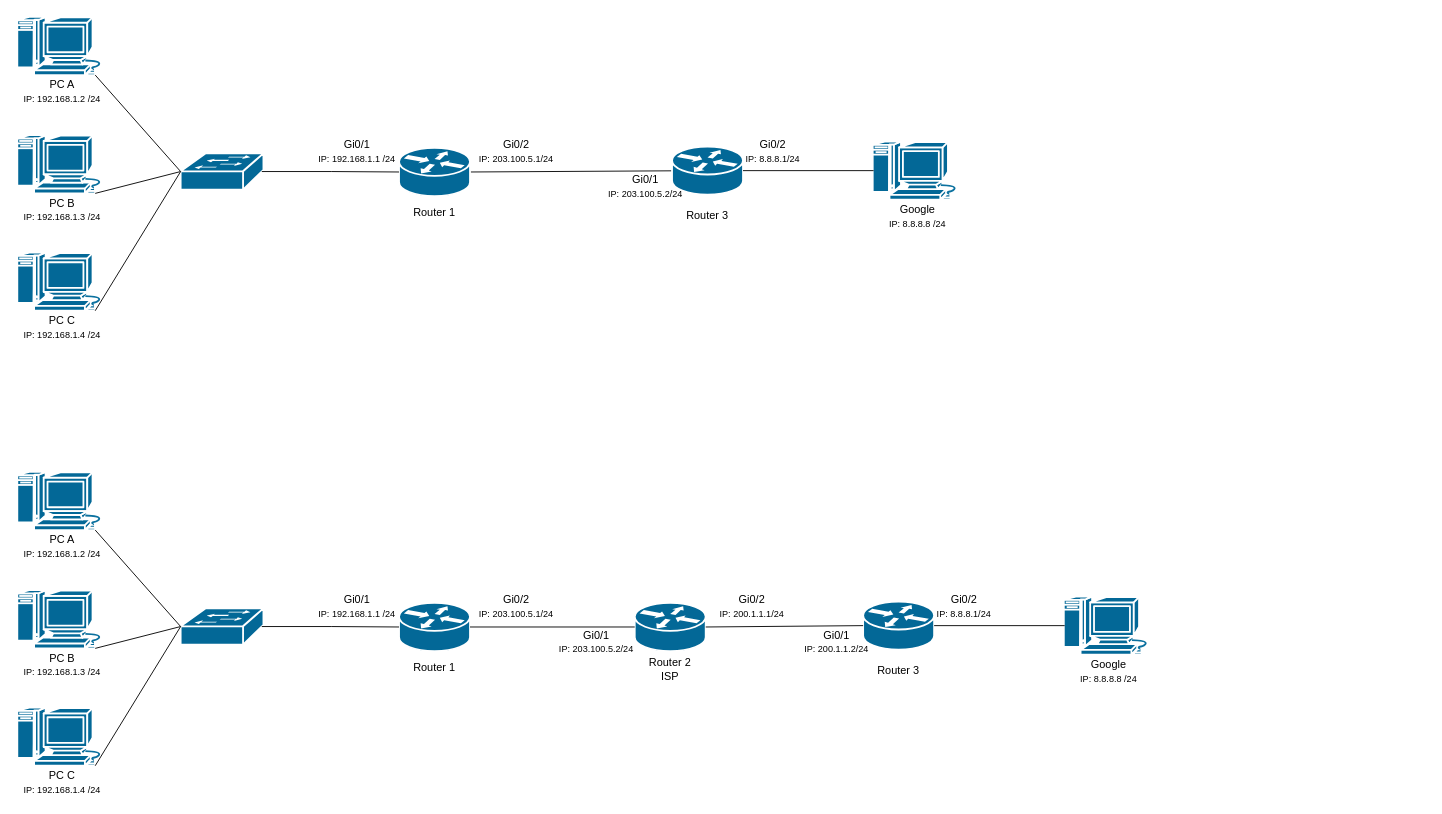
The draw.io diagram Ubung NAT.drawio in PLAD26/-MAC-Tabellen-und-Switching-, before the edit. Source tidied: cells renumbered, new cells numbered last; positions are measured from the earlier drawing's top-left corner, leaving out a move shared by most shapes. Both pictures are drawn from the tidied source at 91%, with x=0, y=0 at pixel (16, 16).
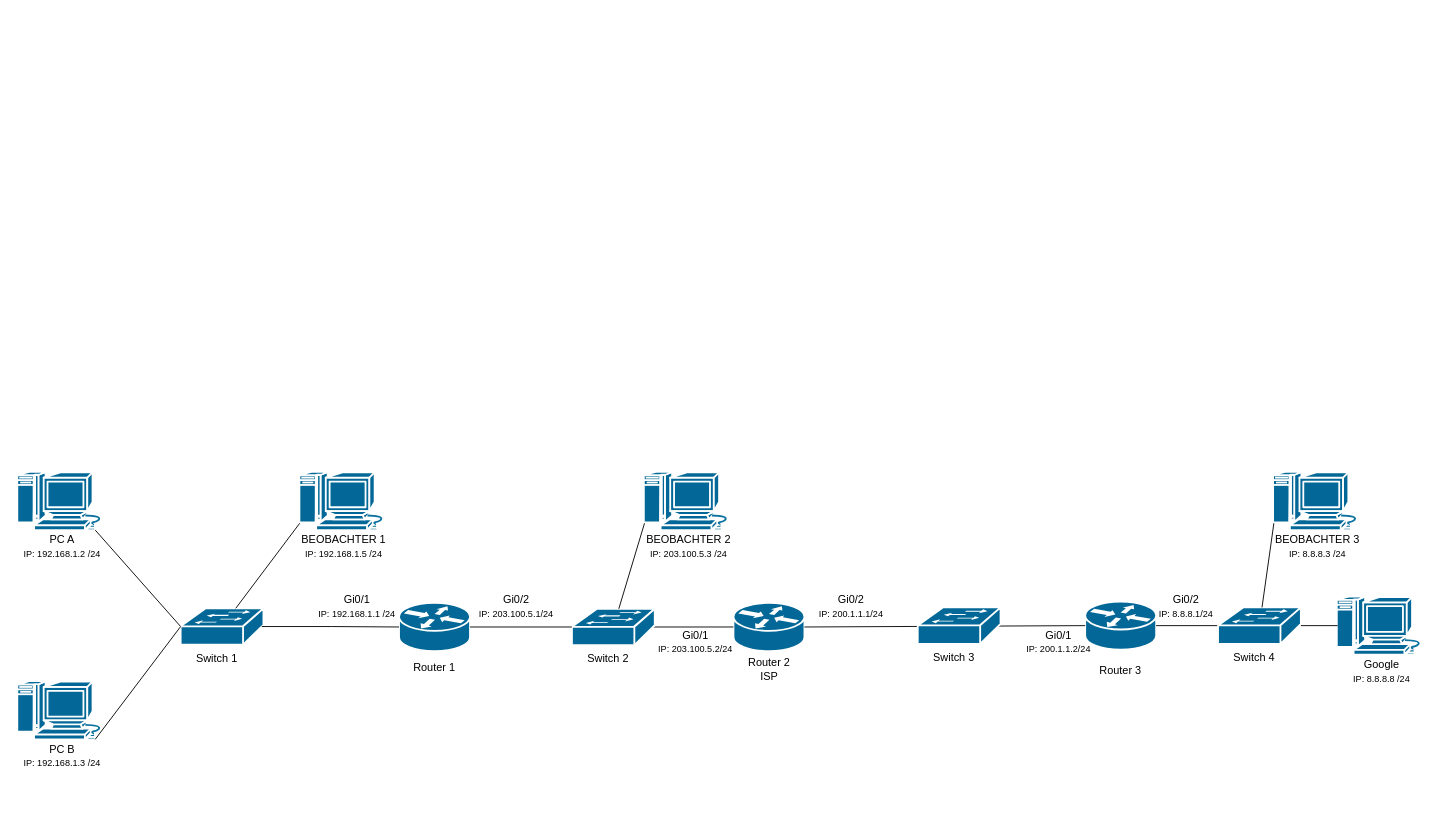
The same diagram, later.

The change refers to these unchanged cells:
```xml
<mxCell id="5" style="strokeColor=#ffffff;sketch=0;html=1;dashed=0;fillColor=#036897;strokeWidth=2;verticalLabelPosition=bottom;verticalAlign=top;align=center;outlineConnect=0;shape=mxgraph.cisco.switches.workgroup_switch;" parent="1" vertex="1">
  <mxGeometry x="180" y="650" width="91" height="40" as="geometry" />
</mxCell>
<mxCell id="6" style="strokeColor=#ffffff;sketch=0;html=1;dashed=0;fillColor=#036897;strokeWidth=2;verticalLabelPosition=bottom;verticalAlign=top;align=center;outlineConnect=0;shape=mxgraph.cisco.routers.router;" parent="1" vertex="1">
  <mxGeometry x="420" y="644" width="78" height="53" as="geometry" />
</mxCell>
```

Change to the diagram source:
```diff
@@
     <mxCell id="3" style="sketch=0;html=1;dashed=0;fillColor=#036897;strokeColor=#ffffff;strokeWidth=2;verticalLabelPosition=bottom;verticalAlign=top;align=center;outlineConnect=0;shape=mxgraph.cisco.computers_and_peripherals.macintosh;" parent="1" vertex="1">
-      <mxGeometry y="630" width="99" height="64" as="geometry" />
+      <mxGeometry y="730" width="99" height="64" as="geometry" />
     </mxCell>
-    <mxCell id="4" style="sketch=0;html=1;dashed=0;fillColor=#036897;strokeColor=#ffffff;strokeWidth=2;verticalLabelPosition=bottom;verticalAlign=top;align=center;outlineConnect=0;shape=mxgraph.cisco.computers_and_peripherals.macintosh;" parent="1" vertex="1">
-      <mxGeometry y="759" width="99" height="64" as="geometry" />
-    </mxCell>
@@
     <mxCell id="7" style="strokeColor=#ffffff;sketch=0;html=1;dashed=0;fillColor=#036897;strokeWidth=2;verticalLabelPosition=bottom;verticalAlign=top;align=center;outlineConnect=0;shape=mxgraph.cisco.routers.router;" parent="1" vertex="1">
-      <mxGeometry x="679" y="644" width="78" height="53" as="geometry" />
+      <mxGeometry x="787.5" y="644" width="78" height="53" as="geometry" />
     </mxCell>
     <mxCell id="8" style="strokeColor=#ffffff;sketch=0;html=1;dashed=0;fillColor=#036897;strokeWidth=2;verticalLabelPosition=bottom;verticalAlign=top;align=center;outlineConnect=0;shape=mxgraph.cisco.routers.router;" parent="1" vertex="1">
-      <mxGeometry x="930" y="642.5" width="78" height="53" as="geometry" />
+      <mxGeometry x="1174" y="642.5" width="78" height="53" as="geometry" />
     </mxCell>
     <mxCell id="9" style="sketch=0;html=1;dashed=0;fillColor=#036897;strokeColor=#ffffff;strokeWidth=2;verticalLabelPosition=bottom;verticalAlign=top;align=center;outlineConnect=0;shape=mxgraph.cisco.computers_and_peripherals.macintosh;" parent="1" vertex="1">
-      <mxGeometry x="1150" y="637" width="99" height="64" as="geometry" />
+      <mxGeometry x="1450" y="637" width="99" height="64" as="geometry" />
     </mxCell>
@@
-    <mxCell id="12" style="rounded=0;jettySize=auto;html=1;exitX=0.87;exitY=1;exitDx=0;exitDy=0;exitPerimeter=0;entryX=0;entryY=0.5;entryDx=0;entryDy=0;entryPerimeter=0;endArrow=none;endFill=0;" parent="1" edge="1" source="4" target="5">
-      <mxGeometry relative="1" as="geometry" />
-    </mxCell>
@@
-    <mxCell id="14" style="edgeStyle=orthogonalEdgeStyle;rounded=0;jettySize=auto;html=1;exitX=1;exitY=0.5;exitDx=0;exitDy=0;exitPerimeter=0;entryX=0;entryY=0.5;entryDx=0;entryDy=0;entryPerimeter=0;endArrow=none;endFill=0;" parent="1" edge="1" source="6" target="7">
-      <mxGeometry relative="1" as="geometry" />
-    </mxCell>
@@
-    <mxCell id="16" style="rounded=0;jettySize=auto;html=1;exitX=1;exitY=0.5;exitDx=0;exitDy=0;exitPerimeter=0;entryX=0.015;entryY=0.5;entryDx=0;entryDy=0;entryPerimeter=0;endArrow=none;endFill=0;" parent="1" edge="1" source="8" target="9">
+    <mxCell id="16" style="rounded=0;jettySize=auto;html=1;exitX=1;exitY=0.5;exitDx=0;exitDy=0;exitPerimeter=0;entryX=0.015;entryY=0.5;entryDx=0;entryDy=0;entryPerimeter=0;endArrow=none;endFill=0;" parent="1" edge="1" source="58" target="9">
       <mxGeometry relative="1" as="geometry" />
     </mxCell>
@@
     <mxCell id="18" value="PC B&lt;div&gt;&lt;font style=&quot;font-size: 10px;&quot;&gt;IP: 192.168.1.3 /24&lt;/font&gt;&lt;/div&gt;" style="text;html=1;whiteSpace=wrap;strokeColor=none;fillColor=none;align=center;verticalAlign=middle;rounded=0;" parent="1" vertex="1">
-      <mxGeometry x="5.6" y="694" width="87.8" height="36" as="geometry" />
+      <mxGeometry x="5.6" y="794" width="87.8" height="36" as="geometry" />
     </mxCell>
-    <mxCell id="19" value="PC C&lt;div&gt;&lt;font style=&quot;font-size: 10px;&quot;&gt;IP: 192.168.1.4 /24&lt;/font&gt;&lt;/div&gt;" style="text;html=1;whiteSpace=wrap;strokeColor=none;fillColor=none;align=center;verticalAlign=middle;rounded=0;" parent="1" vertex="1">
-      <mxGeometry x="5.6" y="823" width="87.8" height="36" as="geometry" />
-    </mxCell>
@@
     <mxCell id="21" value="Google&lt;br&gt;&lt;div&gt;&lt;font style=&quot;font-size: 10px;&quot;&gt;IP: 8.8.8.8 /24&lt;/font&gt;&lt;/div&gt;" style="text;html=1;whiteSpace=wrap;strokeColor=none;fillColor=none;align=center;verticalAlign=middle;rounded=0;" parent="1" vertex="1">
-      <mxGeometry x="1155.6" y="701" width="87.8" height="36" as="geometry" />
+      <mxGeometry x="1455.6" y="701" width="87.8" height="36" as="geometry" />
     </mxCell>
@@
     <mxCell id="23" value="Router 2&lt;div&gt;ISP&lt;/div&gt;" style="text;html=1;whiteSpace=wrap;strokeColor=none;fillColor=none;align=center;verticalAlign=middle;rounded=0;" parent="1" vertex="1">
-      <mxGeometry x="688" y="702" width="60" height="30" as="geometry" />
+      <mxGeometry x="796.5" y="702" width="60" height="30" as="geometry" />
     </mxCell>
     <mxCell id="24" value="Router 3" style="text;html=1;whiteSpace=wrap;strokeColor=none;fillColor=none;align=center;verticalAlign=middle;rounded=0;" parent="1" vertex="1">
-      <mxGeometry x="939" y="704" width="60" height="30" as="geometry" />
+      <mxGeometry x="1183" y="704" width="60" height="30" as="geometry" />
     </mxCell>
@@
     <mxCell id="26" value="Gi0/1&lt;br&gt;&lt;div&gt;&lt;font style=&quot;font-size: 10px;&quot;&gt;IP: 203.100.5.2/24&lt;/font&gt;&lt;/div&gt;" style="text;html=1;whiteSpace=wrap;strokeColor=none;fillColor=none;align=center;verticalAlign=middle;rounded=0;" parent="1" vertex="1">
-      <mxGeometry x="586" y="669" width="102" height="36" as="geometry" />
+      <mxGeometry x="694.5" y="669" width="102" height="36" as="geometry" />
     </mxCell>
     <mxCell id="27" value="Gi0/2&lt;br&gt;&lt;div&gt;&lt;font style=&quot;font-size: 10px;&quot;&gt;IP: 200.1.1.1/24&lt;/font&gt;&lt;/div&gt;" style="text;html=1;whiteSpace=wrap;strokeColor=none;fillColor=none;align=center;verticalAlign=middle;rounded=0;" parent="1" vertex="1">
-      <mxGeometry x="757" y="630" width="102" height="36" as="geometry" />
+      <mxGeometry x="865.5" y="630" width="102" height="36" as="geometry" />
     </mxCell>
     <mxCell id="28" value="Gi0/1&lt;br&gt;&lt;div&gt;&lt;font style=&quot;font-size: 10px;&quot;&gt;IP: 200.1.1.2/24&lt;/font&gt;&lt;/div&gt;" style="text;html=1;whiteSpace=wrap;strokeColor=none;fillColor=none;align=center;verticalAlign=middle;rounded=0;" parent="1" vertex="1">
-      <mxGeometry x="850" y="669" width="102" height="36" as="geometry" />
+      <mxGeometry x="1094" y="669" width="102" height="36" as="geometry" />
     </mxCell>
     <mxCell id="29" value="Gi0/2&lt;br&gt;&lt;div&gt;&lt;font style=&quot;font-size: 10px;&quot;&gt;IP: 8.8.8.1/24&lt;/font&gt;&lt;/div&gt;" style="text;html=1;whiteSpace=wrap;strokeColor=none;fillColor=none;align=center;verticalAlign=middle;rounded=0;" parent="1" vertex="1">
-      <mxGeometry x="990" y="630" width="102" height="36" as="geometry" />
+      <mxGeometry x="1234" y="630" width="102" height="36" as="geometry" />
     </mxCell>
-    <mxCell id="30" style="sketch=0;html=1;dashed=0;fillColor=#036897;strokeColor=#ffffff;strokeWidth=2;verticalLabelPosition=bottom;verticalAlign=top;align=center;outlineConnect=0;shape=mxgraph.cisco.computers_and_peripherals.macintosh;" parent="1" vertex="1">
-      <mxGeometry width="99" height="64" as="geometry" />
-    </mxCell>
-    <mxCell id="31" style="sketch=0;html=1;dashed=0;fillColor=#036897;strokeColor=#ffffff;strokeWidth=2;verticalLabelPosition=bottom;verticalAlign=top;align=center;outlineConnect=0;shape=mxgraph.cisco.computers_and_peripherals.macintosh;" parent="1" vertex="1">
-      <mxGeometry y="130" width="99" height="64" as="geometry" />
-    </mxCell>
-    <mxCell id="32" style="sketch=0;html=1;dashed=0;fillColor=#036897;strokeColor=#ffffff;strokeWidth=2;verticalLabelPosition=bottom;verticalAlign=top;align=center;outlineConnect=0;shape=mxgraph.cisco.computers_and_peripherals.macintosh;" parent="1" vertex="1">
-      <mxGeometry y="259" width="99" height="64" as="geometry" />
-    </mxCell>
-    <mxCell id="33" style="strokeColor=#ffffff;sketch=0;html=1;dashed=0;fillColor=#036897;strokeWidth=2;verticalLabelPosition=bottom;verticalAlign=top;align=center;outlineConnect=0;shape=mxgraph.cisco.switches.workgroup_switch;" parent="1" vertex="1">
-      <mxGeometry x="180" y="150" width="91" height="40" as="geometry" />
-    </mxCell>
-    <mxCell id="34" style="rounded=0;jettySize=auto;html=1;exitX=1;exitY=0.5;exitDx=0;exitDy=0;exitPerimeter=0;endArrow=none;endFill=0;" parent="1" edge="1" source="35" target="36">
-      <mxGeometry relative="1" as="geometry" />
-    </mxCell>
-    <mxCell id="35" style="strokeColor=#ffffff;sketch=0;html=1;dashed=0;fillColor=#036897;strokeWidth=2;verticalLabelPosition=bottom;verticalAlign=top;align=center;outlineConnect=0;shape=mxgraph.cisco.routers.router;" parent="1" vertex="1">
-      <mxGeometry x="420" y="144" width="78" height="53" as="geometry" />
-    </mxCell>
-    <mxCell id="36" style="strokeColor=#ffffff;sketch=0;html=1;dashed=0;fillColor=#036897;strokeWidth=2;verticalLabelPosition=bottom;verticalAlign=top;align=center;outlineConnect=0;shape=mxgraph.cisco.routers.router;" parent="1" vertex="1">
-      <mxGeometry x="720" y="142.5" width="78" height="53" as="geometry" />
-    </mxCell>
-    <mxCell id="37" style="sketch=0;html=1;dashed=0;fillColor=#036897;strokeColor=#ffffff;strokeWidth=2;verticalLabelPosition=bottom;verticalAlign=top;align=center;outlineConnect=0;shape=mxgraph.cisco.computers_and_peripherals.macintosh;" parent="1" vertex="1">
-      <mxGeometry x="940" y="137" width="99" height="64" as="geometry" />
-    </mxCell>
-    <mxCell id="38" style="rounded=0;jettySize=auto;html=1;exitX=0.87;exitY=1;exitDx=0;exitDy=0;exitPerimeter=0;entryX=0;entryY=0.5;entryDx=0;entryDy=0;entryPerimeter=0;endArrow=none;endFill=0;" parent="1" edge="1" source="30" target="33">
-      <mxGeometry relative="1" as="geometry" />
-    </mxCell>
-    <mxCell id="39" style="rounded=0;jettySize=auto;html=1;exitX=0.87;exitY=1;exitDx=0;exitDy=0;exitPerimeter=0;entryX=0;entryY=0.5;entryDx=0;entryDy=0;entryPerimeter=0;endArrow=none;endFill=0;" parent="1" edge="1" source="31" target="33">
-      <mxGeometry relative="1" as="geometry" />
-    </mxCell>
-    <mxCell id="40" style="rounded=0;jettySize=auto;html=1;exitX=0.87;exitY=1;exitDx=0;exitDy=0;exitPerimeter=0;entryX=0;entryY=0.5;entryDx=0;entryDy=0;entryPerimeter=0;endArrow=none;endFill=0;" parent="1" edge="1" source="32" target="33">
-      <mxGeometry relative="1" as="geometry" />
-    </mxCell>
-    <mxCell id="41" style="edgeStyle=orthogonalEdgeStyle;rounded=0;jettySize=auto;html=1;exitX=0.98;exitY=0.5;exitDx=0;exitDy=0;exitPerimeter=0;entryX=0;entryY=0.5;entryDx=0;entryDy=0;entryPerimeter=0;endArrow=none;endFill=0;" parent="1" edge="1" source="33" target="35">
-      <mxGeometry relative="1" as="geometry" />
-    </mxCell>
-    <mxCell id="42" style="rounded=0;jettySize=auto;html=1;exitX=1;exitY=0.5;exitDx=0;exitDy=0;exitPerimeter=0;entryX=0.015;entryY=0.5;entryDx=0;entryDy=0;entryPerimeter=0;endArrow=none;endFill=0;" parent="1" edge="1" source="36" target="37">
-      <mxGeometry relative="1" as="geometry" />
-    </mxCell>
-    <mxCell id="43" value="PC A&lt;div&gt;&lt;font style=&quot;font-size: 10px;&quot;&gt;IP: 192.168.1.2 /24&lt;/font&gt;&lt;/div&gt;" style="text;html=1;whiteSpace=wrap;strokeColor=none;fillColor=none;align=center;verticalAlign=middle;rounded=0;" parent="1" vertex="1">
-      <mxGeometry x="5.6" y="64" width="87.8" height="36" as="geometry" />
-    </mxCell>
-    <mxCell id="44" value="PC B&lt;div&gt;&lt;font style=&quot;font-size: 10px;&quot;&gt;IP: 192.168.1.3 /24&lt;/font&gt;&lt;/div&gt;" style="text;html=1;whiteSpace=wrap;strokeColor=none;fillColor=none;align=center;verticalAlign=middle;rounded=0;" parent="1" vertex="1">
-      <mxGeometry x="5.6" y="194" width="87.8" height="36" as="geometry" />
-    </mxCell>
-    <mxCell id="45" value="PC C&lt;div&gt;&lt;font style=&quot;font-size: 10px;&quot;&gt;IP: 192.168.1.4 /24&lt;/font&gt;&lt;/div&gt;" style="text;html=1;whiteSpace=wrap;strokeColor=none;fillColor=none;align=center;verticalAlign=middle;rounded=0;" parent="1" vertex="1">
-      <mxGeometry x="5.6" y="323" width="87.8" height="36" as="geometry" />
-    </mxCell>
-    <mxCell id="46" value="Gi0/1&lt;br&gt;&lt;div&gt;&lt;font style=&quot;font-size: 10px;&quot;&gt;IP: 192.168.1.1 /24&lt;/font&gt;&lt;/div&gt;" style="text;html=1;whiteSpace=wrap;strokeColor=none;fillColor=none;align=center;verticalAlign=middle;rounded=0;" parent="1" vertex="1">
-      <mxGeometry x="330" y="130" width="87.8" height="36" as="geometry" />
-    </mxCell>
-    <mxCell id="47" value="Google&lt;br&gt;&lt;div&gt;&lt;font style=&quot;font-size: 10px;&quot;&gt;IP: 8.8.8.8 /24&lt;/font&gt;&lt;/div&gt;" style="text;html=1;whiteSpace=wrap;strokeColor=none;fillColor=none;align=center;verticalAlign=middle;rounded=0;" parent="1" vertex="1">
-      <mxGeometry x="945.6" y="201" width="87.8" height="36" as="geometry" />
-    </mxCell>
-    <mxCell id="48" value="Router 1" style="text;html=1;whiteSpace=wrap;strokeColor=none;fillColor=none;align=center;verticalAlign=middle;rounded=0;" parent="1" vertex="1">
-      <mxGeometry x="429" y="200" width="60" height="30" as="geometry" />
-    </mxCell>
-    <mxCell id="49" value="Router 3" style="text;html=1;whiteSpace=wrap;strokeColor=none;fillColor=none;align=center;verticalAlign=middle;rounded=0;" parent="1" vertex="1">
-      <mxGeometry x="729" y="204" width="60" height="30" as="geometry" />
-    </mxCell>
-    <mxCell id="50" value="Gi0/2&lt;br&gt;&lt;div&gt;&lt;font style=&quot;font-size: 10px;&quot;&gt;IP: 203.100.5.1/24&lt;/font&gt;&lt;/div&gt;" style="text;html=1;whiteSpace=wrap;strokeColor=none;fillColor=none;align=center;verticalAlign=middle;rounded=0;" parent="1" vertex="1">
-      <mxGeometry x="498" y="130" width="102" height="36" as="geometry" />
-    </mxCell>
-    <mxCell id="51" value="Gi0/1&lt;br&gt;&lt;div&gt;&lt;font style=&quot;font-size: 10px;&quot;&gt;IP: 203.100.5.2/24&lt;/font&gt;&lt;/div&gt;" style="text;html=1;whiteSpace=wrap;strokeColor=none;fillColor=none;align=center;verticalAlign=middle;rounded=0;" parent="1" vertex="1">
-      <mxGeometry x="640" y="168" width="102" height="36" as="geometry" />
-    </mxCell>
-    <mxCell id="52" value="Gi0/2&lt;br&gt;&lt;div&gt;&lt;font style=&quot;font-size: 10px;&quot;&gt;IP: 8.8.8.1/24&lt;/font&gt;&lt;/div&gt;" style="text;html=1;whiteSpace=wrap;strokeColor=none;fillColor=none;align=center;verticalAlign=middle;rounded=0;" parent="1" vertex="1">
-      <mxGeometry x="780" y="130" width="102" height="36" as="geometry" />
-    </mxCell>
+    <mxCell id="53" style="rounded=0;jettySize=auto;html=1;exitX=0.98;exitY=0.5;exitDx=0;exitDy=0;exitPerimeter=0;endArrow=none;endFill=0;" parent="1" edge="1" source="54" target="7">
+      <mxGeometry relative="1" as="geometry" />
+    </mxCell>
+    <mxCell id="54" style="strokeColor=#ffffff;sketch=0;html=1;dashed=0;fillColor=#036897;strokeWidth=2;verticalLabelPosition=bottom;verticalAlign=top;align=center;outlineConnect=0;shape=mxgraph.cisco.switches.workgroup_switch;" parent="1" vertex="1">
+      <mxGeometry x="610" y="650.5" width="91" height="40" as="geometry" />
+    </mxCell>
+    <mxCell id="55" style="rounded=0;jettySize=auto;html=1;exitX=1;exitY=0.5;exitDx=0;exitDy=0;exitPerimeter=0;entryX=0;entryY=0.5;entryDx=0;entryDy=0;entryPerimeter=0;endArrow=none;endFill=0;" parent="1" edge="1" source="6" target="54">
+      <mxGeometry relative="1" as="geometry" />
+    </mxCell>
+    <mxCell id="56" style="strokeColor=#ffffff;sketch=0;html=1;dashed=0;fillColor=#036897;strokeWidth=2;verticalLabelPosition=bottom;verticalAlign=top;align=center;shape=mxgraph.cisco.switches.workgroup_switch;" parent="1" vertex="1">
+      <mxGeometry x="990" y="649" width="91" height="40" as="geometry" />
+    </mxCell>
+    <mxCell id="57" style="rounded=0;jettySize=auto;html=1;exitX=1;exitY=0.5;exitDx=0;exitDy=0;exitPerimeter=0;entryX=0.015;entryY=0.5;entryDx=0;entryDy=0;entryPerimeter=0;endArrow=none;endFill=0;" parent="1" edge="1" source="8" target="58">
+      <mxGeometry relative="1" as="geometry" />
+    </mxCell>
+    <mxCell id="58" style="strokeColor=#ffffff;sketch=0;html=1;dashed=0;fillColor=#036897;strokeWidth=2;verticalLabelPosition=bottom;verticalAlign=top;align=center;outlineConnect=0;shape=mxgraph.cisco.switches.workgroup_switch;" parent="1" vertex="1">
+      <mxGeometry x="1320" y="649" width="91" height="40" as="geometry" />
+    </mxCell>
+    <mxCell id="59" style="rounded=0;jettySize=auto;html=1;endArrow=none;endFill=0;exitX=0.015;exitY=0.87;exitDx=0;exitDy=0;exitPerimeter=0;" parent="1" edge="1" source="60" target="5">
+      <mxGeometry relative="1" as="geometry" />
+    </mxCell>
+    <mxCell id="60" style="sketch=0;html=1;dashed=0;fillColor=#036897;strokeColor=#ffffff;strokeWidth=2;verticalLabelPosition=bottom;verticalAlign=top;align=center;outlineConnect=0;shape=mxgraph.cisco.computers_and_peripherals.macintosh;" parent="1" vertex="1">
+      <mxGeometry x="310" y="500" width="99" height="64" as="geometry" />
+    </mxCell>
+    <mxCell id="61" value="Switch 1" style="text;html=1;whiteSpace=wrap;strokeColor=none;fillColor=none;align=center;verticalAlign=middle;rounded=0;" parent="1" vertex="1">
+      <mxGeometry x="190" y="690.5" width="60" height="30" as="geometry" />
+    </mxCell>
+    <mxCell id="62" value="Switch 2" style="text;html=1;whiteSpace=wrap;strokeColor=none;fillColor=none;align=center;verticalAlign=middle;rounded=0;" parent="1" vertex="1">
+      <mxGeometry x="620" y="690.5" width="60" height="30" as="geometry" />
+    </mxCell>
+    <mxCell id="63" value="Switch 3" style="text;html=1;whiteSpace=wrap;strokeColor=none;fillColor=none;align=center;verticalAlign=middle;rounded=0;" parent="1" vertex="1">
+      <mxGeometry x="1000" y="689" width="60" height="30" as="geometry" />
+    </mxCell>
+    <mxCell id="64" value="Switch 4" style="text;html=1;whiteSpace=wrap;strokeColor=none;fillColor=none;align=center;verticalAlign=middle;rounded=0;" parent="1" vertex="1">
+      <mxGeometry x="1330" y="689" width="60" height="30" as="geometry" />
+    </mxCell>
+    <mxCell id="65" value="BEOBACHTER 1&lt;div&gt;&lt;font style=&quot;font-size: 10px;&quot;&gt;IP: 192.168.1.5 /24&lt;/font&gt;&lt;/div&gt;" style="text;html=1;whiteSpace=wrap;strokeColor=none;fillColor=none;align=center;verticalAlign=middle;rounded=0;" parent="1" vertex="1">
+      <mxGeometry x="310.2" y="564" width="98.8" height="36" as="geometry" />
+    </mxCell>
+    <mxCell id="66" style="rounded=0;jettySize=auto;html=1;exitX=0.015;exitY=0.87;exitDx=0;exitDy=0;exitPerimeter=0;endArrow=none;endFill=0;" parent="1" edge="1" source="67" target="54">
+      <mxGeometry relative="1" as="geometry" />
+    </mxCell>
+    <mxCell id="67" style="sketch=0;html=1;dashed=0;fillColor=#036897;strokeColor=#ffffff;strokeWidth=2;verticalLabelPosition=bottom;verticalAlign=top;align=center;outlineConnect=0;shape=mxgraph.cisco.computers_and_peripherals.macintosh;" parent="1" vertex="1">
+      <mxGeometry x="688.5" y="500" width="99" height="64" as="geometry" />
+    </mxCell>
+    <mxCell id="68" value="BEOBACHTER 2&lt;div&gt;&lt;font style=&quot;font-size: 10px;&quot;&gt;IP: 203.100.5.3 /24&lt;/font&gt;&lt;/div&gt;" style="text;html=1;whiteSpace=wrap;strokeColor=none;fillColor=none;align=center;verticalAlign=middle;rounded=0;" parent="1" vertex="1">
+      <mxGeometry x="688.7" y="564" width="98.8" height="36" as="geometry" />
+    </mxCell>
+    <mxCell id="69" style="rounded=0;jettySize=auto;html=1;exitX=0.015;exitY=0.87;exitDx=0;exitDy=0;exitPerimeter=0;endArrow=none;endFill=0;" parent="1" edge="1" source="70" target="58">
+      <mxGeometry relative="1" as="geometry" />
+    </mxCell>
+    <mxCell id="70" style="sketch=0;html=1;dashed=0;fillColor=#036897;strokeColor=#ffffff;strokeWidth=2;verticalLabelPosition=bottom;verticalAlign=top;align=center;outlineConnect=0;shape=mxgraph.cisco.computers_and_peripherals.macintosh;" parent="1" vertex="1">
+      <mxGeometry x="1380" y="500" width="99" height="64" as="geometry" />
+    </mxCell>
+    <mxCell id="71" value="BEOBACHTER 3&lt;div&gt;&lt;font style=&quot;font-size: 10px;&quot;&gt;IP: 8.8.8.3 /24&lt;/font&gt;&lt;/div&gt;" style="text;html=1;whiteSpace=wrap;strokeColor=none;fillColor=none;align=center;verticalAlign=middle;rounded=0;" parent="1" vertex="1">
+      <mxGeometry x="1380.2" y="564" width="98.8" height="36" as="geometry" />
+    </mxCell>
```
